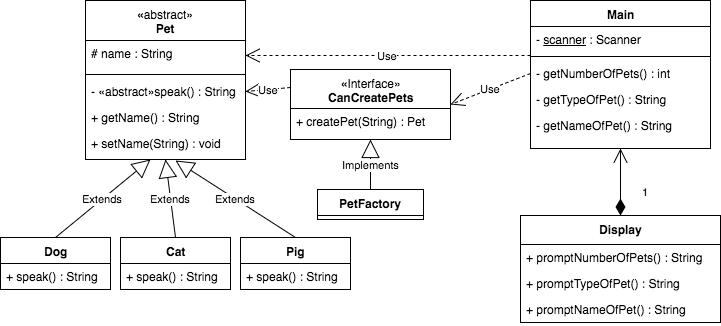
Above: PolymorphismUML.png in ZipCodeCore/TalkingPets (draw.io), before the change. Source tidied: cells renumbered, new cells last; positions are measured from the earlier drawing's top-left corner, leaving out a move shared by most shapes.
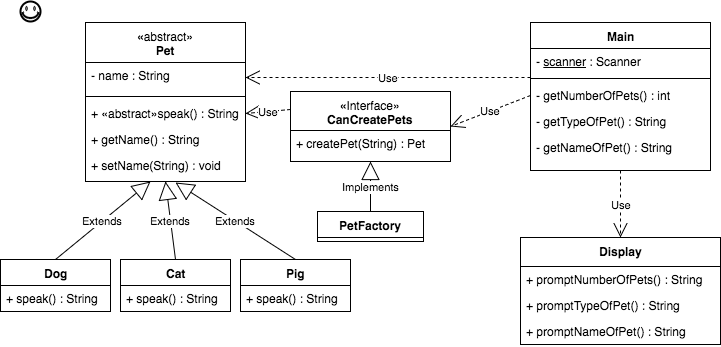
After the commit.

Commit message:
update UML with a smiley

What changed in the source:
```diff
@@ -5,13 +5,13 @@
     <mxCell id="2" value="«&lt;span style=&quot;font-weight: normal&quot;&gt;abstract»&lt;/span&gt;&lt;div&gt;Pet&lt;/div&gt;" style="swimlane;html=1;fontStyle=1;align=center;verticalAlign=top;horizontal=1;startSize=40;swimlaneFillColor=#ffffff;" parent="1" vertex="1">
       <mxGeometry x="85" width="160" height="159" as="geometry" />
     </mxCell>
-    <mxCell id="3" value="# name : String" style="text;html=1;strokeColor=none;fillColor=none;align=left;verticalAlign=top;spacingLeft=4;spacingRight=4;whiteSpace=wrap;overflow=hidden;points=[[0,0.5],[1,0.5]];portConstraint=eastwest;" parent="2" vertex="1">
+    <mxCell id="3" value="- name : String" style="text;html=1;strokeColor=none;fillColor=none;align=left;verticalAlign=top;spacingLeft=4;spacingRight=4;whiteSpace=wrap;overflow=hidden;points=[[0,0.5],[1,0.5]];portConstraint=eastwest;" parent="2" vertex="1">
       <mxGeometry y="40" width="160" height="30" as="geometry" />
     </mxCell>
     <mxCell id="4" style="line;html=1;strokeWidth=1;fillColor=none;align=left;verticalAlign=middle;spacingTop=-1;spacingLeft=3;spacingRight=3;labelPosition=right;" parent="2" vertex="1">
       <mxGeometry y="70" width="160" height="8" as="geometry" />
     </mxCell>
-    <mxCell id="5" value="- «abstract»speak() : String" style="text;html=1;strokeColor=none;fillColor=none;align=left;verticalAlign=top;spacingLeft=4;spacingRight=4;whiteSpace=wrap;overflow=hidden;points=[[0,0.5],[1,0.5]];portConstraint=eastwest;" parent="2" vertex="1">
+    <mxCell id="5" value="+ «abstract»speak() : String" style="text;html=1;strokeColor=none;fillColor=none;align=left;verticalAlign=top;spacingLeft=4;spacingRight=4;whiteSpace=wrap;overflow=hidden;points=[[0,0.5],[1,0.5]];portConstraint=eastwest;" parent="2" vertex="1">
       <mxGeometry y="78" width="160" height="26" as="geometry" />
     </mxCell>
     <mxCell id="6" value="+ getName() : String" style="text;html=1;strokeColor=none;fillColor=none;align=left;verticalAlign=top;spacingLeft=4;spacingRight=4;whiteSpace=wrap;overflow=hidden;" parent="2" vertex="1">
@@ -80,15 +80,6 @@
     <mxCell id="27" value="+ promptNameOfPet() : String" style="text;html=1;strokeColor=none;fillColor=none;align=left;verticalAlign=top;spacingLeft=4;spacingRight=4;whiteSpace=wrap;overflow=hidden;" parent="24" vertex="1">
       <mxGeometry y="81" width="200" height="26" as="geometry" />
     </mxCell>
-    <mxCell id="28" value="1" style="endArrow=open;html=1;endSize=12;startArrow=diamondThin;startSize=14;startFill=1;edgeStyle=orthogonalEdgeStyle;align=left;verticalAlign=bottom;exitX=0.5;exitY=0;entryX=0.5;entryY=1;" parent="1" edge="1" source="24" target="17">
-      <mxGeometry x="0.04" y="-28" relative="1" as="geometry">
-        <Array as="points">
-          <mxPoint x="620" y="179" />
-          <mxPoint x="620" y="179" />
-        </Array>
-        <mxPoint x="-8" y="20" as="offset" />
-      </mxGeometry>
-    </mxCell>
     <mxCell id="29" value="«&lt;span style=&quot;font-weight: normal&quot;&gt;Interface»&lt;/span&gt;&lt;div&gt;CanCreatePets&lt;/div&gt;" style="swimlane;html=1;fontStyle=1;align=center;verticalAlign=top;horizontal=1;startSize=39;swimlaneFillColor=#ffffff;" parent="1" vertex="1">
       <mxGeometry x="290" y="69" width="160" height="70" as="geometry" />
     </mxCell>
@@ -107,5 +98,11 @@
     <mxCell id="34" value="Use" style="endArrow=open;endSize=12;dashed=1;html=1;entryX=1;entryY=0.5;exitX=0;exitY=0.25;" parent="1" edge="1" source="29" target="5">
       <mxGeometry x="315" y="116" as="geometry" />
     </mxCell>
+    <mxCell id="35" value="Use" style="endArrow=open;endSize=12;dashed=1;html=1;exitX=0.5;exitY=1;entryX=0.5;entryY=0;" parent="1" edge="1" source="17" target="24">
+      <mxGeometry relative="1" as="geometry" />
+    </mxCell>
+    <mxCell id="36" style="verticalLabelPosition=bottom;verticalAlign=top;html=1;strokeWidth=2;shape=mxgraph.basic.smiley;" parent="1" vertex="1">
+      <mxGeometry x="20" y="-21" width="20" height="20" as="geometry" />
+    </mxCell>
   </root>
 </mxGraphModel>
```
